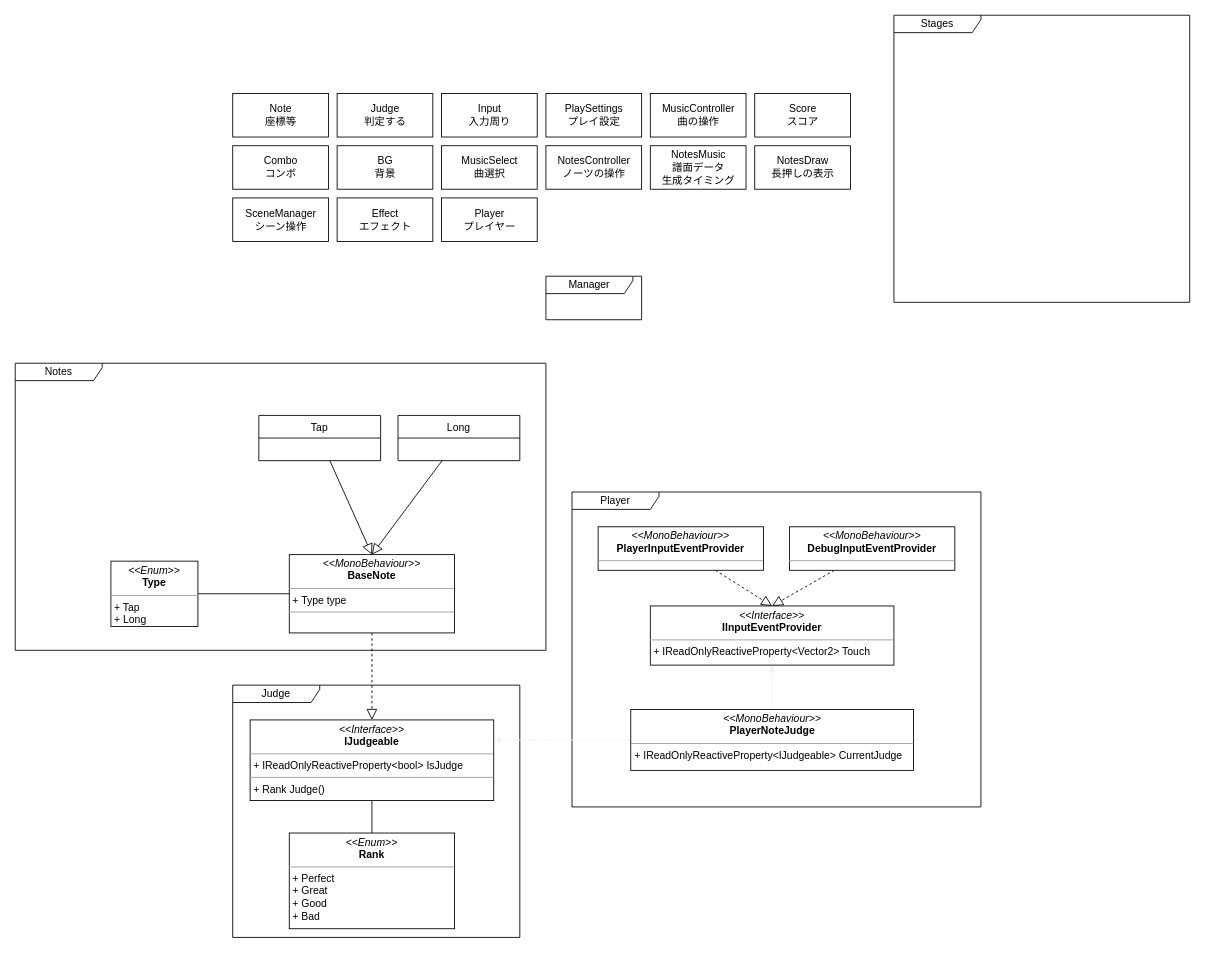
Above: Assets/Ringtone/Documents~/Ringtone.drawio in eorfeorf/Ringtone (draw.io), before the change. Source tidied: cells renumbered, new cells numbered last; positions are measured from the earlier drawing's top-left corner, leaving out a move shared by most shapes. Both pictures are drawn from the tidied source at 87%, with x=0, y=0 at pixel (15, 15).
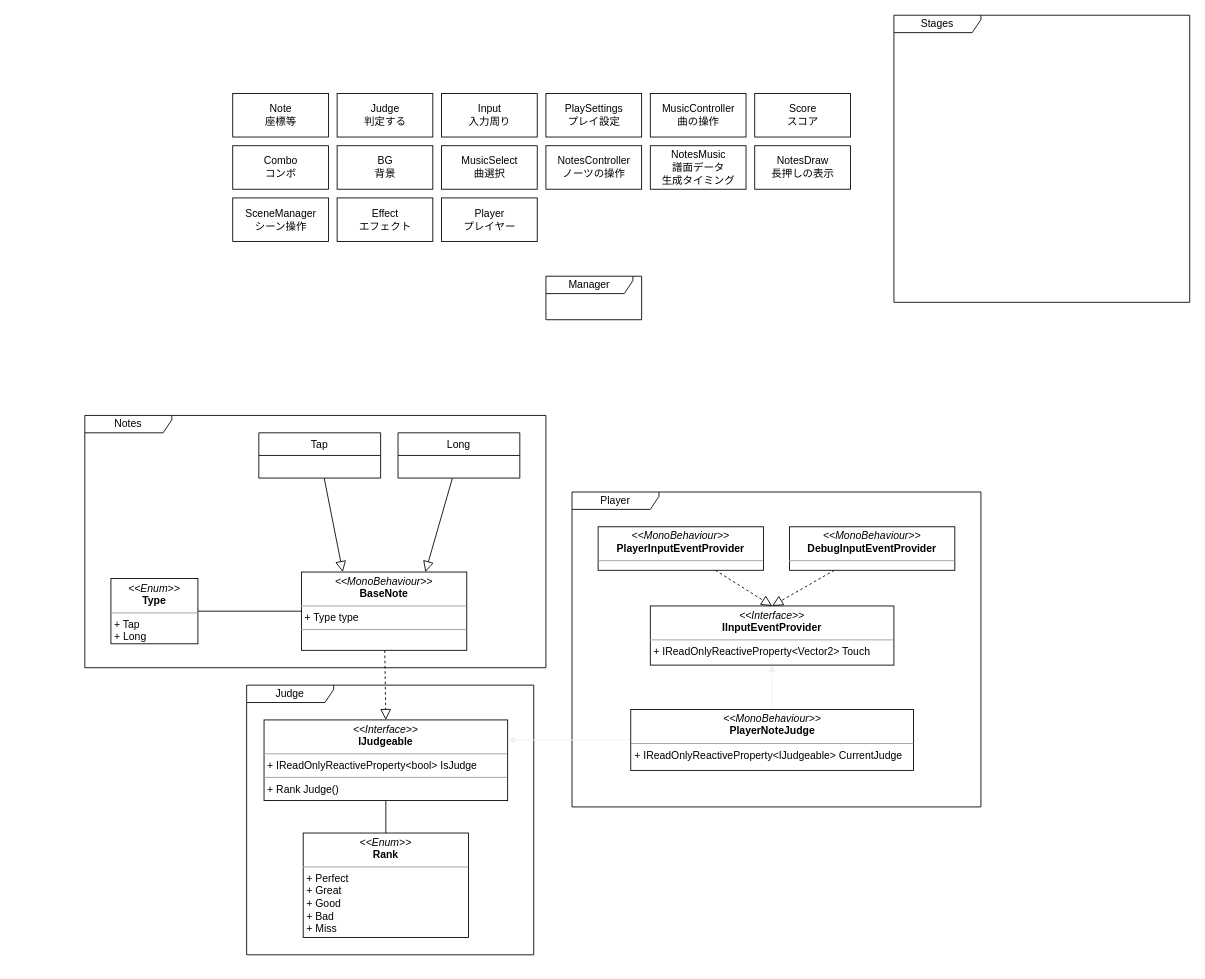
After the change.

The edit, as a diff of the source:
```diff
@@
     <mxCell id="18" value="Notes" style="shape=umlFrame;whiteSpace=wrap;html=1;width=100;height=20;" parent="1" vertex="1">
-      <mxGeometry y="400" width="610" height="330" as="geometry" />
+      <mxGeometry x="80" y="460" width="530" height="290" as="geometry" />
     </mxCell>
@@
     <mxCell id="22" value="&lt;p style=&quot;margin: 0px ; margin-top: 4px ; text-align: center&quot;&gt;&lt;i&gt;&amp;lt;&amp;lt;MonoBehaviour&amp;gt;&amp;gt;&lt;/i&gt;&lt;br&gt;&lt;b&gt;BaseNote&lt;/b&gt;&lt;/p&gt;&lt;hr size=&quot;1&quot;&gt;&lt;p style=&quot;margin: 0px ; margin-left: 4px&quot;&gt;+ Type type&lt;/p&gt;&lt;hr size=&quot;1&quot;&gt;&lt;p style=&quot;margin: 0px ; margin-left: 4px&quot;&gt;&lt;br&gt;&lt;/p&gt;" style="verticalAlign=top;align=left;overflow=fill;fontSize=12;fontFamily=Helvetica;html=1;" parent="1" vertex="1">
-      <mxGeometry x="315" y="620" width="190" height="90" as="geometry" />
+      <mxGeometry x="329" y="640" width="190" height="90" as="geometry" />
     </mxCell>
     <mxCell id="23" style="group;" parent="1" vertex="1">
-      <mxGeometry x="250" y="770" width="330" height="290" as="geometry" />
+      <mxGeometry x="266" y="770" width="330" height="320" as="geometry" />
     </mxCell>
     <mxCell id="24" style="group;" parent="23" vertex="1">
-      <mxGeometry width="330" height="290" as="geometry" />
+      <mxGeometry width="330" height="320" as="geometry" />
     </mxCell>
     <mxCell id="25" value="Judge" style="shape=umlFrame;whiteSpace=wrap;html=1;width=100;height=20;" parent="24" vertex="1">
-      <mxGeometry width="330" height="290" as="geometry" />
+      <mxGeometry width="330" height="310" as="geometry" />
     </mxCell>
@@
-    <mxCell id="28" value="&lt;p style=&quot;margin: 0px ; margin-top: 4px ; text-align: center&quot;&gt;&lt;i&gt;&amp;lt;&amp;lt;Enum&amp;gt;&amp;gt;&lt;/i&gt;&lt;br&gt;&lt;b&gt;Rank&lt;/b&gt;&lt;/p&gt;&lt;hr size=&quot;1&quot;&gt;&lt;p style=&quot;margin: 0px ; margin-left: 4px&quot;&gt;+ Perfect&lt;/p&gt;&lt;p style=&quot;margin: 0px ; margin-left: 4px&quot;&gt;+ Great&lt;/p&gt;&lt;p style=&quot;margin: 0px ; margin-left: 4px&quot;&gt;+ Good&lt;/p&gt;&lt;p style=&quot;margin: 0px ; margin-left: 4px&quot;&gt;+ Bad&lt;/p&gt;" style="verticalAlign=top;align=left;overflow=fill;fontSize=12;fontFamily=Helvetica;html=1;" parent="24" vertex="1">
-      <mxGeometry x="65" y="170" width="190" height="110" as="geometry" />
+    <mxCell id="28" value="&lt;p style=&quot;margin: 0px ; margin-top: 4px ; text-align: center&quot;&gt;&lt;i&gt;&amp;lt;&amp;lt;Enum&amp;gt;&amp;gt;&lt;/i&gt;&lt;br&gt;&lt;b&gt;Rank&lt;/b&gt;&lt;/p&gt;&lt;hr size=&quot;1&quot;&gt;&lt;p style=&quot;margin: 0px ; margin-left: 4px&quot;&gt;+ Perfect&lt;/p&gt;&lt;p style=&quot;margin: 0px ; margin-left: 4px&quot;&gt;+ Great&lt;/p&gt;&lt;p style=&quot;margin: 0px ; margin-left: 4px&quot;&gt;+ Good&lt;/p&gt;&lt;p style=&quot;margin: 0px ; margin-left: 4px&quot;&gt;+ Bad&lt;/p&gt;&lt;p style=&quot;margin: 0px ; margin-left: 4px&quot;&gt;+ Miss&lt;/p&gt;" style="verticalAlign=top;align=left;overflow=fill;fontSize=12;fontFamily=Helvetica;html=1;" parent="24" vertex="1">
+      <mxGeometry x="65" y="170" width="190" height="120" as="geometry" />
     </mxCell>
-    <mxCell id="29" style="edgeStyle=none;rounded=0;jettySize=auto;html=1;entryX=0.5;entryY=0;entryDx=0;entryDy=0;endArrow=block;endFill=0;endSize=10;strokeWidth=1;" parent="1" edge="1" source="30" target="22">
+    <mxCell id="29" style="edgeStyle=none;rounded=0;jettySize=auto;html=1;entryX=0.25;entryY=0;entryDx=0;entryDy=0;endArrow=block;endFill=0;endSize=10;strokeWidth=1;" parent="1" edge="1" source="30" target="22">
       <mxGeometry relative="1" as="geometry" />
     </mxCell>
     <mxCell id="30" value="Tap" style="swimlane;fontStyle=0;horizontal=1;startSize=26;fillColor=none;" parent="1" vertex="1">
-      <mxGeometry x="280" y="460" width="140" height="52" as="geometry" />
+      <mxGeometry x="280" y="480" width="140" height="52" as="geometry" />
     </mxCell>
-    <mxCell id="31" style="edgeStyle=none;rounded=0;jettySize=auto;html=1;endArrow=block;endFill=0;endSize=10;strokeWidth=1;" parent="1" edge="1" source="32">
-      <mxGeometry relative="1" as="geometry">
-        <mxPoint x="410" y="620" as="targetPoint" />
-      </mxGeometry>
+    <mxCell id="31" style="edgeStyle=none;rounded=0;jettySize=auto;html=1;endArrow=block;endFill=0;endSize=10;strokeWidth=1;entryX=0.75;entryY=0;entryDx=0;entryDy=0;" parent="1" edge="1" source="32" target="22">
+      <mxGeometry relative="1" as="geometry" />
     </mxCell>
     <mxCell id="32" value="Long" style="swimlane;fontStyle=0;horizontal=1;startSize=26;fillColor=none;" parent="1" vertex="1">
-      <mxGeometry x="440" y="460" width="140" height="52" as="geometry" />
+      <mxGeometry x="440" y="480" width="140" height="52" as="geometry" />
     </mxCell>
@@
     <mxCell id="39" value="&lt;p style=&quot;margin: 0px ; margin-top: 4px ; text-align: center&quot;&gt;&lt;i&gt;&amp;lt;&amp;lt;Enum&amp;gt;&amp;gt;&lt;/i&gt;&lt;br&gt;&lt;b&gt;Type&lt;/b&gt;&lt;/p&gt;&lt;hr size=&quot;1&quot;&gt;&lt;p style=&quot;margin: 0px ; margin-left: 4px&quot;&gt;+ Tap&lt;br&gt;&lt;/p&gt;&lt;p style=&quot;margin: 0px ; margin-left: 4px&quot;&gt;+ Long&lt;/p&gt;" style="verticalAlign=top;align=left;overflow=fill;fontSize=12;fontFamily=Helvetica;html=1;" parent="1" vertex="1">
-      <mxGeometry x="110" y="627.5" width="100" height="75" as="geometry" />
+      <mxGeometry x="110" y="647.5" width="100" height="75" as="geometry" />
     </mxCell>
```
